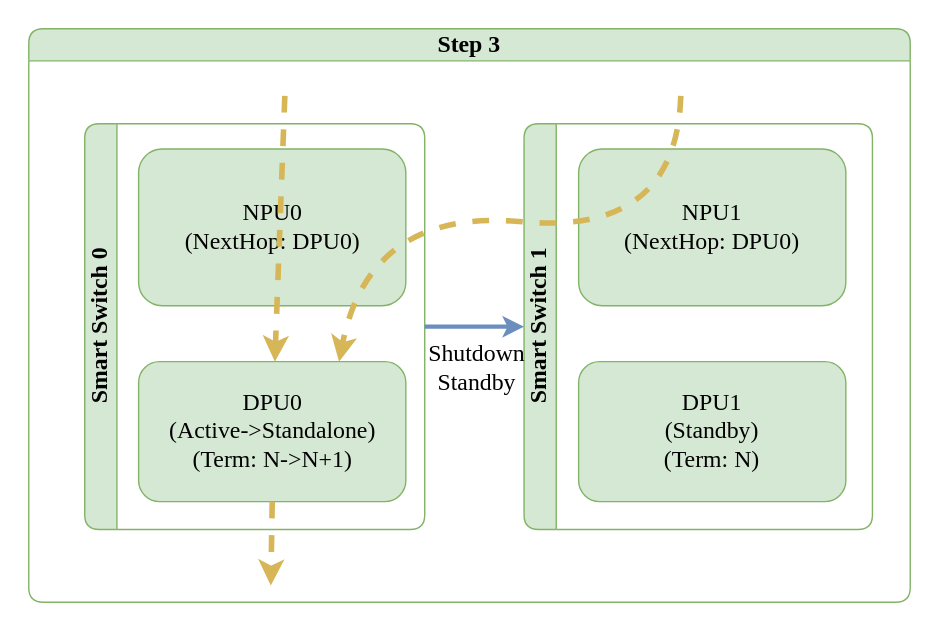
sonic-net/SONiC keeps this draw.io diagram as doc/smart-switch/high-availability/images/ha-planned-events-shutdown-step-3.svg. Above is the earlier version. Source tidied: cells renumbered, new cells last; positions are measured from the earlier drawing's top-left corner, leaving out a move shared by most shapes. The source it was exported from:
```xml
<mxGraphModel>
  <root>
    <mxCell id="0" />
    <mxCell id="1" parent="0" />
    <mxCell id="2" value="Step 3" style="swimlane;horizontal=1;whiteSpace=wrap;html=1;rounded=1;labelBorderColor=none;strokeColor=#82b366;fontFamily=Consolas;fontSize=17;startSize=23;fillColor=#d5e8d4;swimlaneFillColor=#FFFFFF;" parent="1" vertex="1">
      <mxGeometry width="630" height="410" as="geometry" />
    </mxCell>
    <mxCell id="3" value="Smart Switch 0" style="swimlane;horizontal=0;whiteSpace=wrap;html=1;rounded=1;labelBorderColor=none;strokeColor=#82b366;fontFamily=Consolas;fontSize=17;startSize=23;fillColor=#d5e8d4;swimlaneFillColor=#FFFFFF;" parent="2" vertex="1">
      <mxGeometry x="40" y="68" width="243" height="290" as="geometry" />
    </mxCell>
    <mxCell id="4" value="NPU0&lt;br style=&quot;font-size: 17px;&quot;&gt;(NextHop: DPU0)" style="rounded=1;whiteSpace=wrap;html=1;strokeColor=#82b366;fontFamily=Consolas;fontSize=17;startSize=23;fillColor=#d5e8d4;" parent="3" vertex="1">
      <mxGeometry x="38.5" y="18" width="191" height="112" as="geometry" />
    </mxCell>
    <mxCell id="5" value="DPU0&lt;br style=&quot;border-color: var(--border-color); font-size: 17px;&quot;&gt;(Active-&amp;gt;Standalone)&lt;br style=&quot;border-color: var(--border-color); font-size: 17px;&quot;&gt;(Term: N-&amp;gt;N+1)" style="rounded=1;whiteSpace=wrap;html=1;strokeColor=#82b366;fontFamily=Consolas;fontSize=17;startSize=23;fillColor=#d5e8d4;" parent="3" vertex="1">
      <mxGeometry x="38.5" y="170" width="191" height="100" as="geometry" />
    </mxCell>
    <mxCell id="6" value="Smart Switch 1" style="swimlane;horizontal=0;whiteSpace=wrap;html=1;rounded=1;labelBorderColor=none;strokeColor=#82b366;fontFamily=Consolas;fontSize=17;startSize=23;fillColor=#d5e8d4;swimlaneFillColor=#FFFFFF;" parent="2" vertex="1">
      <mxGeometry x="354" y="68" width="249" height="290" as="geometry" />
    </mxCell>
    <mxCell id="7" value="NPU1&lt;br style=&quot;font-size: 17px;&quot;&gt;(NextHop: DPU0)" style="rounded=1;whiteSpace=wrap;html=1;strokeColor=#82b366;fontFamily=Consolas;fontSize=17;startSize=23;fillColor=#d5e8d4;" parent="6" vertex="1">
      <mxGeometry x="39" y="18" width="191" height="112" as="geometry" />
    </mxCell>
    <mxCell id="8" value="DPU1&lt;br style=&quot;border-color: var(--border-color); font-size: 17px;&quot;&gt;(Standby)&lt;br style=&quot;border-color: var(--border-color); font-size: 17px;&quot;&gt;(Term: N)" style="rounded=1;whiteSpace=wrap;html=1;strokeColor=#82b366;fontFamily=Consolas;fontSize=17;startSize=23;fillColor=#d5e8d4;" parent="6" vertex="1">
      <mxGeometry x="39" y="170" width="191" height="100" as="geometry" />
    </mxCell>
    <mxCell id="9" style="curved=1;endArrow=classic;html=1;rounded=0;fillColor=#fff2cc;strokeColor=#d6b656;strokeWidth=4;dashed=1;endFill=1;fontFamily=Consolas;fontSize=17;" parent="2" edge="1" target="5">
      <mxGeometry relative="1" as="geometry">
        <mxPoint x="183" y="48" as="sourcePoint" />
      </mxGeometry>
    </mxCell>
    <mxCell id="10" style="curved=1;endArrow=classic;html=1;rounded=0;entryX=0.75;entryY=0;entryDx=0;entryDy=0;fillColor=#fff2cc;strokeColor=#d6b656;strokeWidth=4;dashed=1;endFill=1;fontFamily=Consolas;fontSize=17;" parent="2" edge="1" target="5">
      <mxGeometry relative="1" as="geometry">
        <mxPoint x="466" y="48" as="sourcePoint" />
        <Array as="points">
          <mxPoint x="463" y="148" />
          <mxPoint x="243" y="128" />
        </Array>
      </mxGeometry>
    </mxCell>
    <mxCell id="11" style="endArrow=classic;html=1;rounded=0;fillColor=#fff2cc;strokeColor=#d6b656;strokeWidth=4;dashed=1;endFill=1;exitX=0.5;exitY=1;exitDx=0;exitDy=0;fontFamily=Consolas;fontSize=17;" parent="2" edge="1" source="5">
      <mxGeometry relative="1" as="geometry">
        <mxPoint x="173" y="398" as="targetPoint" />
      </mxGeometry>
    </mxCell>
    <mxCell id="12" value="Shutdown&lt;br style=&quot;font-size: 17px;&quot;&gt;Standby" style="endArrow=classic;startArrow=none;html=1;rounded=0;exitX=1;exitY=0.5;exitDx=0;exitDy=0;entryX=0;entryY=0.5;entryDx=0;entryDy=0;fillColor=#dae8fc;strokeColor=#6c8ebf;strokeWidth=3;fontFamily=Consolas;fontSize=17;startFill=0;endFill=1;labelBackgroundColor=none;" parent="2" edge="1" source="3" target="6">
      <mxGeometry x="0.04" y="-30" relative="1" as="geometry" />
    </mxCell>
  </root>
</mxGraphModel>
```
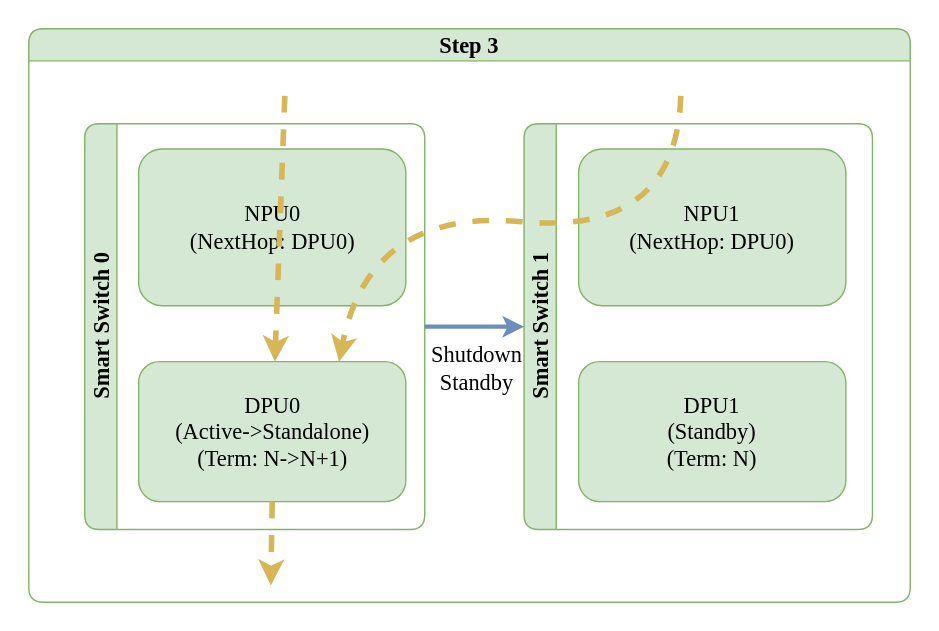
Above is the later version.

The edit, as a diff of the source:
```diff
@@ -2,33 +2,33 @@
   <root>
     <mxCell id="0" />
     <mxCell id="1" parent="0" />
-    <mxCell id="2" value="Step 3" style="swimlane;horizontal=1;whiteSpace=wrap;html=1;rounded=1;labelBorderColor=none;strokeColor=#82b366;fontFamily=Consolas;fontSize=17;startSize=23;fillColor=#d5e8d4;swimlaneFillColor=#FFFFFF;" parent="1" vertex="1">
+    <mxCell id="2" value="Step 3" style="swimlane;horizontal=1;whiteSpace=wrap;html=1;rounded=1;labelBorderColor=none;strokeColor=#82b366;fontFamily=Monaco;fontSize=16;startSize=23;fillColor=#d5e8d4;swimlaneFillColor=#FFFFFF;" parent="1" vertex="1">
       <mxGeometry width="630" height="410" as="geometry" />
     </mxCell>
-    <mxCell id="3" value="Smart Switch 0" style="swimlane;horizontal=0;whiteSpace=wrap;html=1;rounded=1;labelBorderColor=none;strokeColor=#82b366;fontFamily=Consolas;fontSize=17;startSize=23;fillColor=#d5e8d4;swimlaneFillColor=#FFFFFF;" parent="2" vertex="1">
+    <mxCell id="3" value="Smart Switch 0" style="swimlane;horizontal=0;whiteSpace=wrap;html=1;rounded=1;labelBorderColor=none;strokeColor=#82b366;fontFamily=Monaco;fontSize=16;startSize=23;fillColor=#d5e8d4;swimlaneFillColor=#FFFFFF;" parent="2" vertex="1">
       <mxGeometry x="40" y="68" width="243" height="290" as="geometry" />
     </mxCell>
-    <mxCell id="4" value="NPU0&lt;br style=&quot;font-size: 17px;&quot;&gt;(NextHop: DPU0)" style="rounded=1;whiteSpace=wrap;html=1;strokeColor=#82b366;fontFamily=Consolas;fontSize=17;startSize=23;fillColor=#d5e8d4;" parent="3" vertex="1">
+    <mxCell id="4" value="NPU0&lt;br style=&quot;font-size: 16px;&quot;&gt;(NextHop: DPU0)" style="rounded=1;whiteSpace=wrap;html=1;strokeColor=#82b366;fontFamily=Monaco;fontSize=16;startSize=23;fillColor=#d5e8d4;" parent="3" vertex="1">
       <mxGeometry x="38.5" y="18" width="191" height="112" as="geometry" />
     </mxCell>
-    <mxCell id="5" value="DPU0&lt;br style=&quot;border-color: var(--border-color); font-size: 17px;&quot;&gt;(Active-&amp;gt;Standalone)&lt;br style=&quot;border-color: var(--border-color); font-size: 17px;&quot;&gt;(Term: N-&amp;gt;N+1)" style="rounded=1;whiteSpace=wrap;html=1;strokeColor=#82b366;fontFamily=Consolas;fontSize=17;startSize=23;fillColor=#d5e8d4;" parent="3" vertex="1">
+    <mxCell id="5" value="DPU0&lt;br style=&quot;border-color: var(--border-color); font-size: 16px;&quot;&gt;(Active-&amp;gt;Standalone)&lt;br style=&quot;border-color: var(--border-color); font-size: 16px;&quot;&gt;(Term: N-&amp;gt;N+1)" style="rounded=1;whiteSpace=wrap;html=1;strokeColor=#82b366;fontFamily=Monaco;fontSize=16;startSize=23;fillColor=#d5e8d4;" parent="3" vertex="1">
       <mxGeometry x="38.5" y="170" width="191" height="100" as="geometry" />
     </mxCell>
-    <mxCell id="6" value="Smart Switch 1" style="swimlane;horizontal=0;whiteSpace=wrap;html=1;rounded=1;labelBorderColor=none;strokeColor=#82b366;fontFamily=Consolas;fontSize=17;startSize=23;fillColor=#d5e8d4;swimlaneFillColor=#FFFFFF;" parent="2" vertex="1">
+    <mxCell id="6" value="Smart Switch 1" style="swimlane;horizontal=0;whiteSpace=wrap;html=1;rounded=1;labelBorderColor=none;strokeColor=#82b366;fontFamily=Monaco;fontSize=16;startSize=23;fillColor=#d5e8d4;swimlaneFillColor=#FFFFFF;" parent="2" vertex="1">
       <mxGeometry x="354" y="68" width="249" height="290" as="geometry" />
     </mxCell>
-    <mxCell id="7" value="NPU1&lt;br style=&quot;font-size: 17px;&quot;&gt;(NextHop: DPU0)" style="rounded=1;whiteSpace=wrap;html=1;strokeColor=#82b366;fontFamily=Consolas;fontSize=17;startSize=23;fillColor=#d5e8d4;" parent="6" vertex="1">
+    <mxCell id="7" value="NPU1&lt;br style=&quot;font-size: 16px;&quot;&gt;(NextHop: DPU0)" style="rounded=1;whiteSpace=wrap;html=1;strokeColor=#82b366;fontFamily=Monaco;fontSize=16;startSize=23;fillColor=#d5e8d4;" parent="6" vertex="1">
       <mxGeometry x="39" y="18" width="191" height="112" as="geometry" />
     </mxCell>
-    <mxCell id="8" value="DPU1&lt;br style=&quot;border-color: var(--border-color); font-size: 17px;&quot;&gt;(Standby)&lt;br style=&quot;border-color: var(--border-color); font-size: 17px;&quot;&gt;(Term: N)" style="rounded=1;whiteSpace=wrap;html=1;strokeColor=#82b366;fontFamily=Consolas;fontSize=17;startSize=23;fillColor=#d5e8d4;" parent="6" vertex="1">
+    <mxCell id="8" value="DPU1&lt;br style=&quot;border-color: var(--border-color); font-size: 16px;&quot;&gt;(Standby)&lt;br style=&quot;border-color: var(--border-color); font-size: 16px;&quot;&gt;(Term: N)" style="rounded=1;whiteSpace=wrap;html=1;strokeColor=#82b366;fontFamily=Monaco;fontSize=16;startSize=23;fillColor=#d5e8d4;" parent="6" vertex="1">
       <mxGeometry x="39" y="170" width="191" height="100" as="geometry" />
     </mxCell>
-    <mxCell id="9" style="curved=1;endArrow=classic;html=1;rounded=0;fillColor=#fff2cc;strokeColor=#d6b656;strokeWidth=4;dashed=1;endFill=1;fontFamily=Consolas;fontSize=17;" parent="2" edge="1" target="5">
+    <mxCell id="9" style="curved=1;endArrow=classic;html=1;rounded=0;fillColor=#fff2cc;strokeColor=#d6b656;strokeWidth=4;dashed=1;endFill=1;fontFamily=Monaco;fontSize=16;" parent="2" edge="1" target="5">
       <mxGeometry relative="1" as="geometry">
         <mxPoint x="183" y="48" as="sourcePoint" />
       </mxGeometry>
     </mxCell>
-    <mxCell id="10" style="curved=1;endArrow=classic;html=1;rounded=0;entryX=0.75;entryY=0;entryDx=0;entryDy=0;fillColor=#fff2cc;strokeColor=#d6b656;strokeWidth=4;dashed=1;endFill=1;fontFamily=Consolas;fontSize=17;" parent="2" edge="1" target="5">
+    <mxCell id="10" style="curved=1;endArrow=classic;html=1;rounded=0;entryX=0.75;entryY=0;entryDx=0;entryDy=0;fillColor=#fff2cc;strokeColor=#d6b656;strokeWidth=4;dashed=1;endFill=1;fontFamily=Monaco;fontSize=16;" parent="2" edge="1" target="5">
       <mxGeometry relative="1" as="geometry">
         <mxPoint x="466" y="48" as="sourcePoint" />
         <Array as="points">
@@ -37,12 +37,12 @@
         </Array>
       </mxGeometry>
     </mxCell>
-    <mxCell id="11" style="endArrow=classic;html=1;rounded=0;fillColor=#fff2cc;strokeColor=#d6b656;strokeWidth=4;dashed=1;endFill=1;exitX=0.5;exitY=1;exitDx=0;exitDy=0;fontFamily=Consolas;fontSize=17;" parent="2" edge="1" source="5">
+    <mxCell id="11" style="endArrow=classic;html=1;rounded=0;fillColor=#fff2cc;strokeColor=#d6b656;strokeWidth=4;dashed=1;endFill=1;exitX=0.5;exitY=1;exitDx=0;exitDy=0;fontFamily=Monaco;fontSize=16;" parent="2" edge="1" source="5">
       <mxGeometry relative="1" as="geometry">
         <mxPoint x="173" y="398" as="targetPoint" />
       </mxGeometry>
     </mxCell>
-    <mxCell id="12" value="Shutdown&lt;br style=&quot;font-size: 17px;&quot;&gt;Standby" style="endArrow=classic;startArrow=none;html=1;rounded=0;exitX=1;exitY=0.5;exitDx=0;exitDy=0;entryX=0;entryY=0.5;entryDx=0;entryDy=0;fillColor=#dae8fc;strokeColor=#6c8ebf;strokeWidth=3;fontFamily=Consolas;fontSize=17;startFill=0;endFill=1;labelBackgroundColor=none;" parent="2" edge="1" source="3" target="6">
+    <mxCell id="12" value="Shutdown&lt;br style=&quot;font-size: 16px;&quot;&gt;Standby" style="endArrow=classic;startArrow=none;html=1;rounded=0;exitX=1;exitY=0.5;exitDx=0;exitDy=0;entryX=0;entryY=0.5;entryDx=0;entryDy=0;fillColor=#dae8fc;strokeColor=#6c8ebf;strokeWidth=3;fontFamily=Monaco;fontSize=16;startFill=0;endFill=1;labelBackgroundColor=none;" parent="2" edge="1" source="3" target="6">
       <mxGeometry x="0.04" y="-30" relative="1" as="geometry" />
     </mxCell>
   </root>
```
